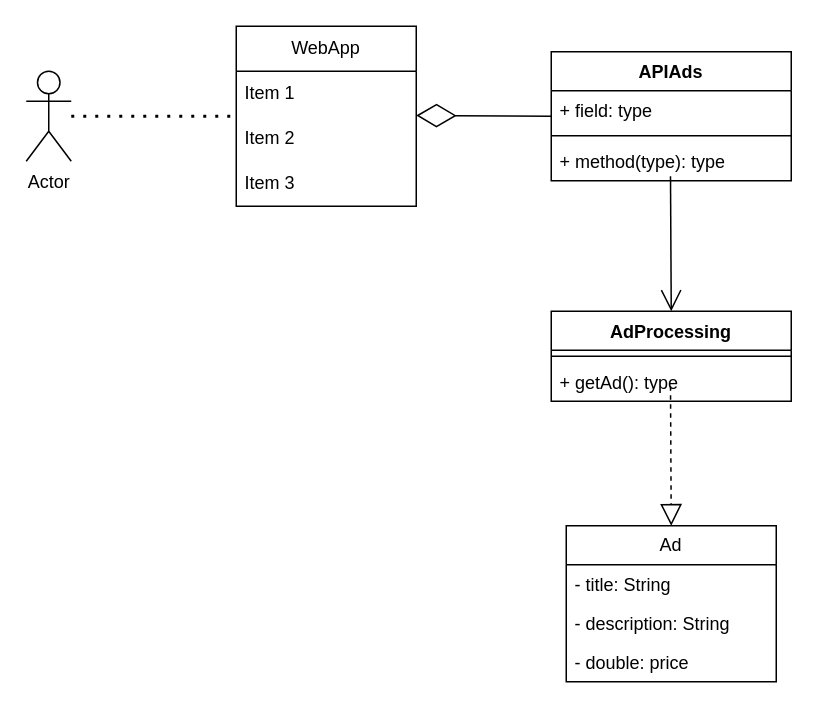
Earlier version of the draw.io diagram Диаграмма без названия.drawio (SashaKhmur03/FinalProject). Source tidied: cells renumbered, new cells numbered last; positions are measured from the earlier drawing's top-left corner, leaving out a move shared by most shapes. Both pictures are drawn from the tidied source at 150%, with x=0, y=0 at pixel (26, 26).
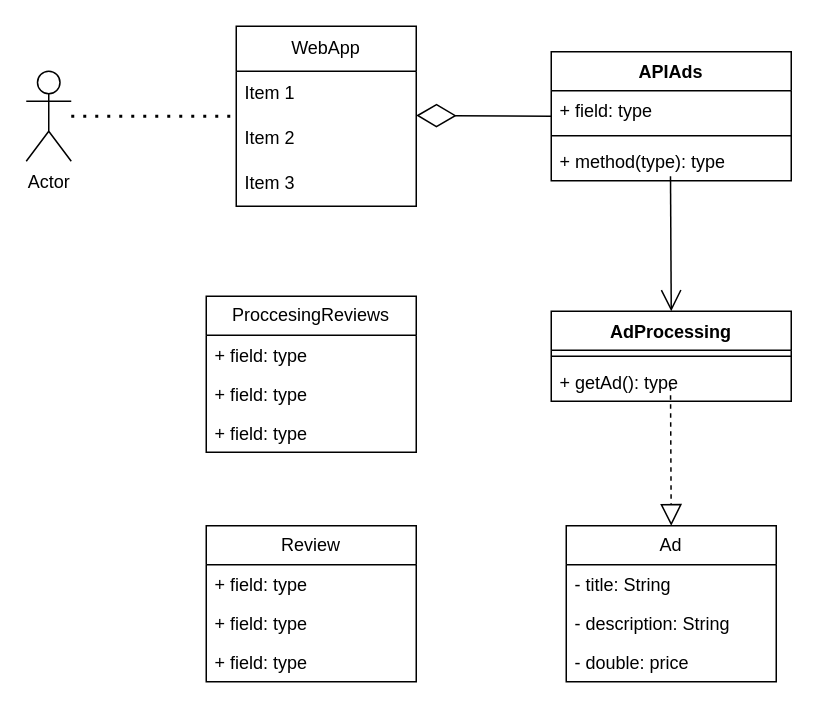
The same page after the edit.

The edit, as a diff of the source:
```diff
@@
+    <mxCell id="22" value="Review" style="swimlane;fontStyle=0;horizontal=1;startSize=26;fillColor=none;whiteSpace=wrap;html=1;" parent="1" vertex="1">
+      <mxGeometry x="120" y="333" width="140" height="104" as="geometry" />
+    </mxCell>
+    <mxCell id="23" value="+ field: type" style="text;strokeColor=none;fillColor=none;align=left;verticalAlign=top;spacingLeft=4;spacingRight=4;overflow=hidden;whiteSpace=wrap;html=1;" parent="22" vertex="1">
+      <mxGeometry y="26" width="140" height="26" as="geometry" />
+    </mxCell>
+    <mxCell id="24" value="+ field: type" style="text;strokeColor=none;fillColor=none;align=left;verticalAlign=top;spacingLeft=4;spacingRight=4;overflow=hidden;whiteSpace=wrap;html=1;" parent="22" vertex="1">
+      <mxGeometry y="52" width="140" height="26" as="geometry" />
+    </mxCell>
+    <mxCell id="25" value="+ field: type" style="text;strokeColor=none;fillColor=none;align=left;verticalAlign=top;spacingLeft=4;spacingRight=4;overflow=hidden;whiteSpace=wrap;html=1;" parent="22" vertex="1">
+      <mxGeometry y="78" width="140" height="26" as="geometry" />
+    </mxCell>
+    <mxCell id="26" value="ProccesingReviews" style="swimlane;fontStyle=0;horizontal=1;startSize=26;fillColor=none;whiteSpace=wrap;html=1;" parent="1" vertex="1">
+      <mxGeometry x="120" y="180" width="140" height="104" as="geometry" />
+    </mxCell>
+    <mxCell id="27" value="+ field: type" style="text;strokeColor=none;fillColor=none;align=left;verticalAlign=top;spacingLeft=4;spacingRight=4;overflow=hidden;whiteSpace=wrap;html=1;" parent="26" vertex="1">
+      <mxGeometry y="26" width="140" height="26" as="geometry" />
+    </mxCell>
+    <mxCell id="28" value="+ field: type" style="text;strokeColor=none;fillColor=none;align=left;verticalAlign=top;spacingLeft=4;spacingRight=4;overflow=hidden;whiteSpace=wrap;html=1;" parent="26" vertex="1">
+      <mxGeometry y="52" width="140" height="26" as="geometry" />
+    </mxCell>
+    <mxCell id="29" value="+ field: type" style="text;strokeColor=none;fillColor=none;align=left;verticalAlign=top;spacingLeft=4;spacingRight=4;overflow=hidden;whiteSpace=wrap;html=1;" parent="26" vertex="1">
+      <mxGeometry y="78" width="140" height="26" as="geometry" />
+    </mxCell>
```
